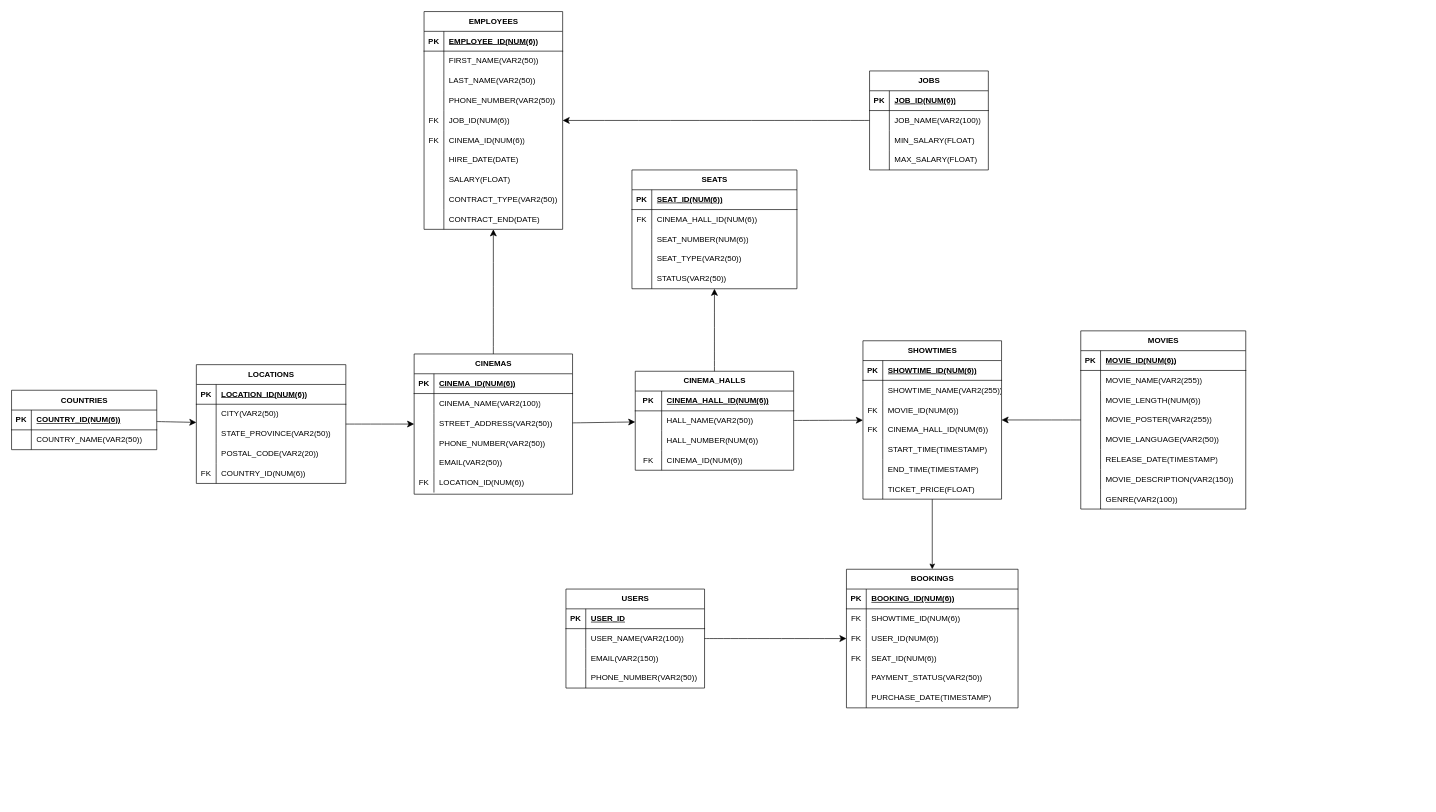
Earlier version of the draw.io diagram cinema_db_schema.drawio (fenqyy/ZSBD_Projekt). Source tidied: cells renumbered, new cells numbered last; positions are measured from the earlier drawing's top-left corner, leaving out a move shared by most shapes. Both pictures are drawn from the tidied source at 66%, with x=0, y=0 at pixel (11, 11).
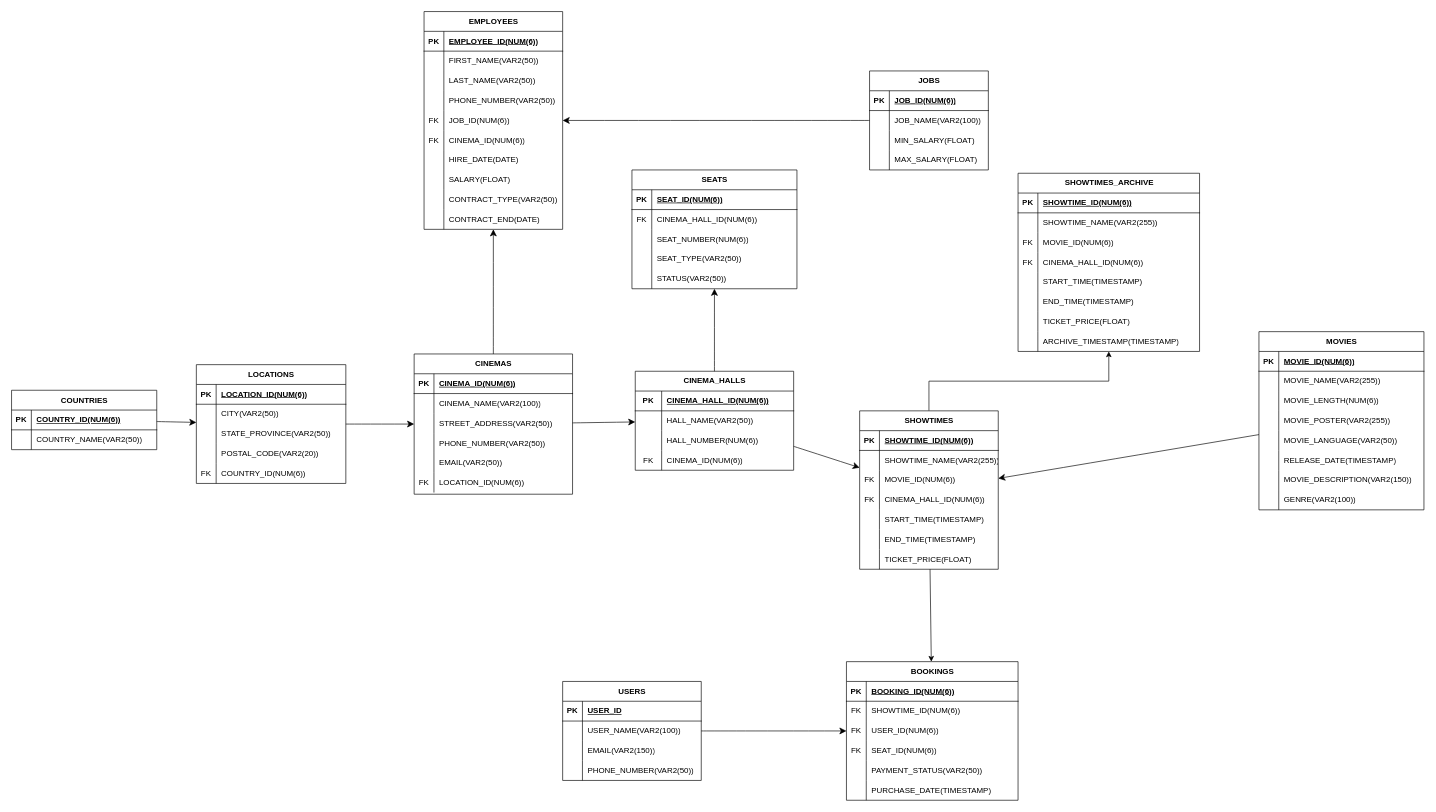
The same page after the edit.

Commit message:
added showtimes_archive table

Change to the diagram source:
```diff
@@
+    <mxCell id="209" style="edgeStyle=orthogonalEdgeStyle;rounded=0;jettySize=auto;html=1;exitX=0.5;exitY=0;exitDx=0;exitDy=0;" parent="1" edge="1" source="57" target="210">
+      <mxGeometry relative="1" as="geometry" />
+    </mxCell>
     <mxCell id="57" value="SHOWTIMES" style="shape=table;startSize=30;childLayout=tableLayout;rowLines=0;fontStyle=1;align=center;html=1;" parent="1" vertex="1">
-      <mxGeometry x="1290" y="498.8" width="210" height="240" as="geometry" />
+      <mxGeometry x="1285" y="605" width="210" height="240" as="geometry" />
     </mxCell>
@@
     <mxCell id="79" value="MOVIES" style="shape=table;startSize=30;childLayout=tableLayout;rowLines=0;fontStyle=1;align=center;html=1;" parent="1" vertex="1">
-      <mxGeometry x="1620" y="483.8" width="250" height="270" as="geometry" />
+      <mxGeometry x="1890" y="485" width="250" height="270" as="geometry" />
     </mxCell>
@@
     <mxCell id="133" value="BOOKINGS" style="shape=table;startSize=30;childLayout=tableLayout;rowLines=0;fontStyle=1;align=center;html=1;" parent="1" vertex="1">
-      <mxGeometry x="1265" y="845" width="260" height="210" as="geometry" />
+      <mxGeometry x="1265" y="985" width="260" height="210" as="geometry" />
     </mxCell>
@@
     <mxCell id="152" value="USERS" style="shape=table;startSize=30;childLayout=tableLayout;rowLines=0;fontStyle=1;align=center;html=1;" parent="1" vertex="1">
-      <mxGeometry x="840" y="875" width="210" height="150" as="geometry" />
+      <mxGeometry x="835" y="1015" width="210" height="150" as="geometry" />
     </mxCell>
@@
+    <mxCell id="210" value="SHOWTIMES_ARCHIVE" style="shape=table;startSize=30;childLayout=tableLayout;rowLines=0;fontStyle=1;align=center;html=1;" parent="1" vertex="1">
+      <mxGeometry x="1525" y="245" width="275" height="270" as="geometry" />
+    </mxCell>
+    <mxCell id="211" style="shape=tableRow;horizontal=0;startSize=0;swimlaneHead=0;swimlaneBody=0;fillColor=none;top=0;left=0;right=0;bottom=1;" parent="210" vertex="1">
+      <mxGeometry y="30" width="275" height="30" as="geometry" />
+    </mxCell>
+    <mxCell id="212" value="PK" style="shape=partialRectangle;fillColor=none;top=0;left=0;bottom=0;right=0;fontStyle=1;overflow=hidden;whiteSpace=wrap;html=1;" parent="211" vertex="1">
+      <mxGeometry width="30" height="30" as="geometry" />
+    </mxCell>
+    <mxCell id="213" value="SHOWTIME_ID(NUM(6))" style="shape=partialRectangle;fillColor=none;top=0;left=0;bottom=0;right=0;align=left;spacingLeft=6;fontStyle=5;overflow=hidden;whiteSpace=wrap;html=1;" parent="211" vertex="1">
+      <mxGeometry x="30" width="245" height="30" as="geometry" />
+    </mxCell>
+    <mxCell id="214" style="shape=tableRow;horizontal=0;startSize=0;swimlaneHead=0;swimlaneBody=0;fillColor=none;top=0;left=0;right=0;bottom=0;" parent="210" vertex="1">
+      <mxGeometry y="60" width="275" height="30" as="geometry" />
+    </mxCell>
+    <mxCell id="215" style="shape=partialRectangle;fillColor=none;top=0;left=0;bottom=0;right=0;overflow=hidden;whiteSpace=wrap;html=1;" parent="214" vertex="1">
+      <mxGeometry width="30" height="30" as="geometry" />
+    </mxCell>
+    <mxCell id="216" value="SHOWTIME_NAME(VAR2(255))" style="shape=partialRectangle;fillColor=none;top=0;left=0;bottom=0;right=0;align=left;spacingLeft=6;overflow=hidden;whiteSpace=wrap;html=1;" parent="214" vertex="1">
+      <mxGeometry x="30" width="245" height="30" as="geometry" />
+    </mxCell>
+    <mxCell id="217" style="shape=tableRow;horizontal=0;startSize=0;swimlaneHead=0;swimlaneBody=0;fillColor=none;top=0;left=0;right=0;bottom=0;" parent="210" vertex="1">
+      <mxGeometry y="90" width="275" height="30" as="geometry" />
+    </mxCell>
+    <mxCell id="218" value="FK" style="shape=partialRectangle;fillColor=none;top=0;left=0;bottom=0;right=0;overflow=hidden;whiteSpace=wrap;html=1;" parent="217" vertex="1">
+      <mxGeometry width="30" height="30" as="geometry" />
+    </mxCell>
+    <mxCell id="219" value="MOVIE_ID(NUM(6))" style="shape=partialRectangle;fillColor=none;top=0;left=0;bottom=0;right=0;align=left;spacingLeft=6;overflow=hidden;whiteSpace=wrap;html=1;" parent="217" vertex="1">
+      <mxGeometry x="30" width="245" height="30" as="geometry" />
+    </mxCell>
+    <mxCell id="220" style="shape=tableRow;horizontal=0;startSize=0;swimlaneHead=0;swimlaneBody=0;fillColor=none;top=0;left=0;right=0;bottom=0;" parent="210" vertex="1">
+      <mxGeometry y="120" width="275" height="30" as="geometry" />
+    </mxCell>
+    <mxCell id="221" value="FK" style="shape=partialRectangle;fillColor=none;top=0;left=0;bottom=0;right=0;overflow=hidden;whiteSpace=wrap;html=1;" parent="220" vertex="1">
+      <mxGeometry width="30" height="30" as="geometry" />
+    </mxCell>
+    <mxCell id="222" value="CINEMA_HALL_ID(NUM(6))" style="shape=partialRectangle;fillColor=none;top=0;left=0;bottom=0;right=0;align=left;spacingLeft=6;overflow=hidden;whiteSpace=wrap;html=1;" parent="220" vertex="1">
+      <mxGeometry x="30" width="245" height="30" as="geometry" />
+    </mxCell>
+    <mxCell id="223" style="shape=tableRow;horizontal=0;startSize=0;swimlaneHead=0;swimlaneBody=0;fillColor=none;top=0;left=0;right=0;bottom=0;" parent="210" vertex="1">
+      <mxGeometry y="150" width="275" height="30" as="geometry" />
+    </mxCell>
+    <mxCell id="224" style="shape=partialRectangle;fillColor=none;top=0;left=0;bottom=0;right=0;overflow=hidden;whiteSpace=wrap;html=1;" parent="223" vertex="1">
+      <mxGeometry width="30" height="30" as="geometry" />
+    </mxCell>
+    <mxCell id="225" value="START_TIME(TIMESTAMP)" style="shape=partialRectangle;fillColor=none;top=0;left=0;bottom=0;right=0;align=left;spacingLeft=6;overflow=hidden;whiteSpace=wrap;html=1;" parent="223" vertex="1">
+      <mxGeometry x="30" width="245" height="30" as="geometry" />
+    </mxCell>
+    <mxCell id="226" style="shape=tableRow;horizontal=0;startSize=0;swimlaneHead=0;swimlaneBody=0;fillColor=none;top=0;left=0;right=0;bottom=0;" parent="210" vertex="1">
+      <mxGeometry y="180" width="275" height="30" as="geometry" />
+    </mxCell>
+    <mxCell id="227" style="shape=partialRectangle;fillColor=none;top=0;left=0;bottom=0;right=0;overflow=hidden;whiteSpace=wrap;html=1;" parent="226" vertex="1">
+      <mxGeometry width="30" height="30" as="geometry" />
+    </mxCell>
+    <mxCell id="228" value="END_TIME(TIMESTAMP)" style="shape=partialRectangle;fillColor=none;top=0;left=0;bottom=0;right=0;align=left;spacingLeft=6;overflow=hidden;whiteSpace=wrap;html=1;" parent="226" vertex="1">
+      <mxGeometry x="30" width="245" height="30" as="geometry" />
+    </mxCell>
+    <mxCell id="229" style="shape=tableRow;horizontal=0;startSize=0;swimlaneHead=0;swimlaneBody=0;fillColor=none;top=0;left=0;right=0;bottom=0;" parent="210" vertex="1">
+      <mxGeometry y="210" width="275" height="30" as="geometry" />
+    </mxCell>
+    <mxCell id="230" style="shape=partialRectangle;fillColor=none;top=0;left=0;bottom=0;right=0;overflow=hidden;whiteSpace=wrap;html=1;" parent="229" vertex="1">
+      <mxGeometry width="30" height="30" as="geometry" />
+    </mxCell>
+    <mxCell id="231" value="TICKET_PRICE(FLOAT)" style="shape=partialRectangle;fillColor=none;top=0;left=0;bottom=0;right=0;align=left;spacingLeft=6;overflow=hidden;whiteSpace=wrap;html=1;" parent="229" vertex="1">
+      <mxGeometry x="30" width="245" height="30" as="geometry" />
+    </mxCell>
+    <mxCell id="232" style="shape=tableRow;horizontal=0;startSize=0;swimlaneHead=0;swimlaneBody=0;fillColor=none;top=0;left=0;right=0;bottom=0;" parent="210" vertex="1">
+      <mxGeometry y="240" width="275" height="30" as="geometry" />
+    </mxCell>
+    <mxCell id="233" style="shape=partialRectangle;fillColor=none;top=0;left=0;bottom=0;right=0;overflow=hidden;whiteSpace=wrap;html=1;" parent="232" vertex="1">
+      <mxGeometry width="30" height="30" as="geometry" />
+    </mxCell>
+    <mxCell id="234" value="ARCHIVE_TIMESTAMP(TIMESTAMP)" style="shape=partialRectangle;fillColor=none;top=0;left=0;bottom=0;right=0;align=left;spacingLeft=6;overflow=hidden;whiteSpace=wrap;html=1;" parent="232" vertex="1">
+      <mxGeometry x="30" width="245" height="30" as="geometry" />
+    </mxCell>
```
